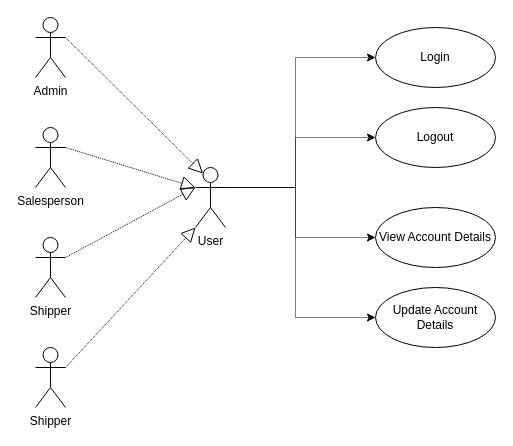
Earlier version of the draw.io diagram page "Backend User Module" (4 of 5) of 03-Solution Design/02-Use Case, Classes, Database/Use Case.drawio (Chufeng-Jiang/Java_SpringBoot_DubaiShop_E-Commerce). Source tidied: cells renumbered, new cells numbered last; positions are measured from the earlier drawing's top-left corner, leaving out a move shared by most shapes. Both pictures are drawn from the tidied source at 100%, with x=0, y=0 at pixel (35, 17).
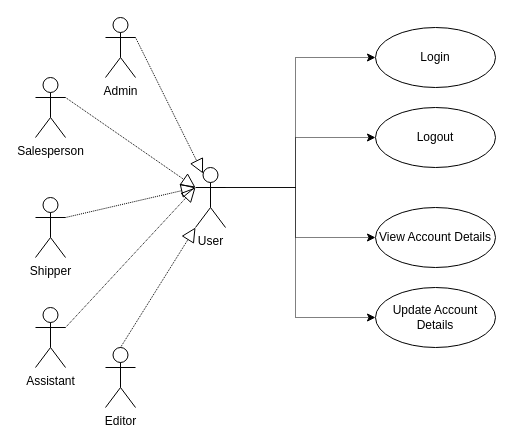
The same diagram, later.

The change refers to these unchanged cells:
```xml
<mxCell id="10" value="User" style="shape=umlActor;html=1;verticalLabelPosition=bottom;verticalAlign=top;align=center;" parent="1" vertex="1">
  <mxGeometry x="160" y="150" width="30" height="60" as="geometry" />
</mxCell>
```

What changed in the source:
```diff
@@
     <mxCell id="2" value="&lt;div&gt;Admin&lt;/div&gt;" style="shape=umlActor;html=1;verticalLabelPosition=bottom;verticalAlign=top;align=center;" parent="1" vertex="1">
-      <mxGeometry width="30" height="60" as="geometry" />
+      <mxGeometry x="70" width="30" height="60" as="geometry" />
     </mxCell>
     <mxCell id="3" value="Salesperson" style="shape=umlActor;html=1;verticalLabelPosition=bottom;verticalAlign=top;align=center;" parent="1" vertex="1">
-      <mxGeometry y="110" width="30" height="60" as="geometry" />
+      <mxGeometry y="60" width="30" height="60" as="geometry" />
     </mxCell>
     <mxCell id="4" value="Shipper" style="shape=umlActor;html=1;verticalLabelPosition=bottom;verticalAlign=top;align=center;" parent="1" vertex="1">
-      <mxGeometry y="220" width="30" height="60" as="geometry" />
+      <mxGeometry y="180" width="30" height="60" as="geometry" />
     </mxCell>
-    <mxCell id="5" value="Shipper" style="shape=umlActor;html=1;verticalLabelPosition=bottom;verticalAlign=top;align=center;" parent="1" vertex="1">
-      <mxGeometry y="330" width="30" height="60" as="geometry" />
+    <mxCell id="5" value="Assistant" style="shape=umlActor;html=1;verticalLabelPosition=bottom;verticalAlign=top;align=center;" parent="1" vertex="1">
+      <mxGeometry y="290" width="30" height="60" as="geometry" />
     </mxCell>
@@
-    <mxCell id="14" style="edgeStyle=none;html=1;endArrow=block;endFill=0;endSize=12;verticalAlign=bottom;rounded=0;dashed=1;dashPattern=1 1;exitX=1;exitY=0.3333333333333333;exitDx=0;exitDy=0;exitPerimeter=0;entryX=0;entryY=1;entryDx=0;entryDy=0;entryPerimeter=0;" parent="1" edge="1" source="5" target="10">
+    <mxCell id="14" style="edgeStyle=none;html=1;endArrow=block;endFill=0;endSize=12;verticalAlign=bottom;rounded=0;dashed=1;dashPattern=1 1;exitX=1;exitY=0.3333333333333333;exitDx=0;exitDy=0;exitPerimeter=0;entryX=0;entryY=0.3333333333333333;entryDx=0;entryDy=0;entryPerimeter=0;" parent="1" edge="1" source="5" target="10">
       <mxGeometry relative="1" as="geometry" />
     </mxCell>
@@
+    <mxCell id="19" value="Editor" style="shape=umlActor;html=1;verticalLabelPosition=bottom;verticalAlign=top;align=center;" parent="1" vertex="1">
+      <mxGeometry x="70" y="330" width="30" height="60" as="geometry" />
+    </mxCell>
+    <mxCell id="20" style="edgeStyle=none;html=1;endArrow=block;endFill=0;endSize=12;verticalAlign=bottom;rounded=0;dashed=1;dashPattern=1 1;exitX=0.5;exitY=0;exitDx=0;exitDy=0;exitPerimeter=0;entryX=0;entryY=1;entryDx=0;entryDy=0;entryPerimeter=0;" parent="1" edge="1" source="19" target="10">
+      <mxGeometry relative="1" as="geometry" />
+    </mxCell>
```
